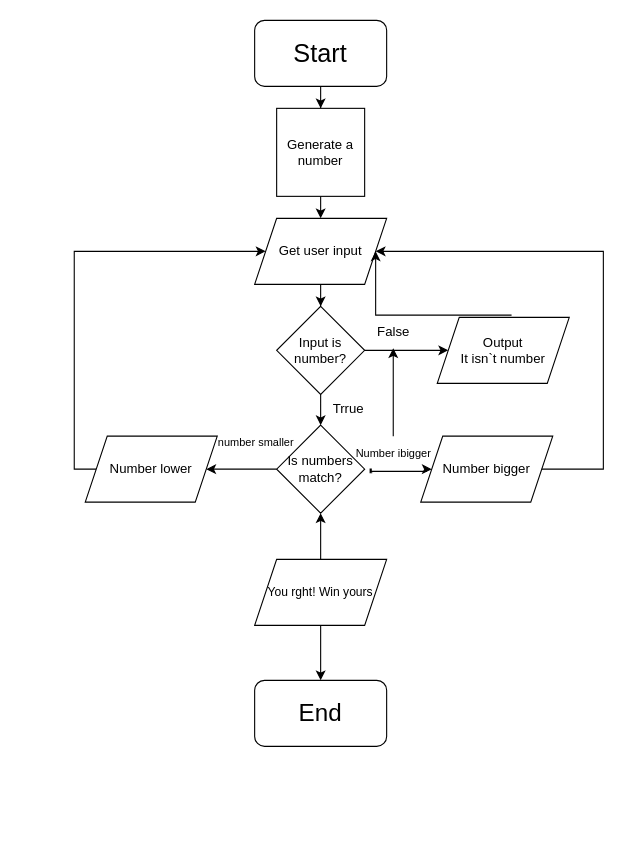
This is guess a number.drawio from LikOfTheLichKing/lab_1, a draw.io file, before an edit. Source tidied: cells renumbered, new cells numbered last; positions are measured from the earlier drawing's top-left corner, leaving out a move shared by most shapes. Both pictures are drawn from the tidied source at 110%, with x=0, y=0 at pixel (74, 20).
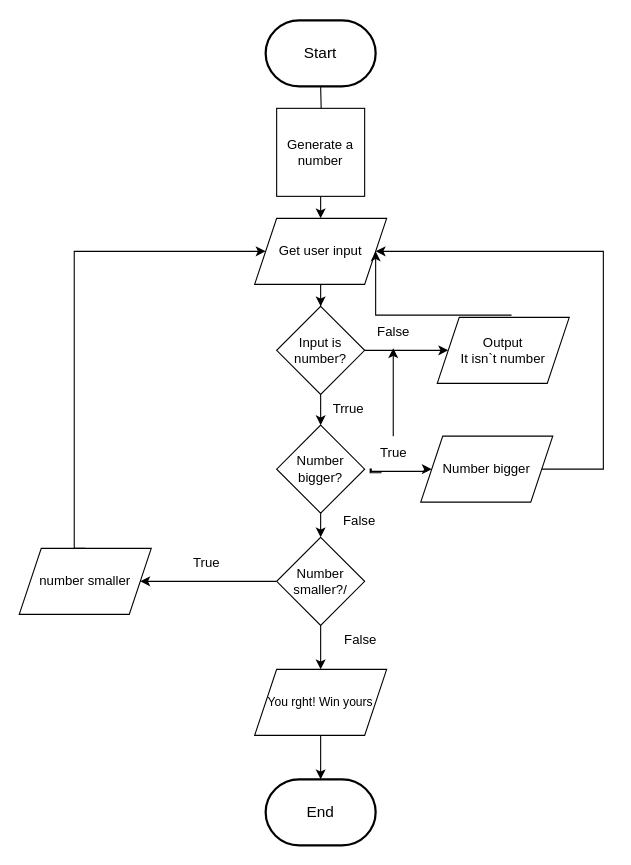
Above is the later version.

Unchanged cells that the change refers to:
```xml
<mxCell id="5" value="Generate a number" style="whiteSpace=wrap;html=1;" parent="1" vertex="1">
  <mxGeometry x="184" y="80" width="80" height="80" as="geometry" />
</mxCell>
<mxCell id="7" value="Get user input" style="shape=parallelogram;perimeter=parallelogramPerimeter;whiteSpace=wrap;html=1;fixedSize=1;" parent="1" vertex="1">
  <mxGeometry x="164" y="180" width="120" height="60" as="geometry" />
</mxCell>
```

What changed in the source:
```diff
@@
-    <mxCell id="2" style="edgeStyle=orthogonalEdgeStyle;rounded=0;jettySize=auto;html=1;" parent="1" edge="1" source="3" target="5">
-      <mxGeometry relative="1" as="geometry" />
+    <mxCell id="2" style="edgeStyle=orthogonalEdgeStyle;rounded=0;jettySize=auto;html=1;" parent="1" edge="1" target="5">
+      <mxGeometry relative="1" as="geometry">
+        <mxPoint x="224" y="60" as="sourcePoint" />
+      </mxGeometry>
     </mxCell>
-    <mxCell id="3" value="&lt;font style=&quot;font-size: 23px;&quot;&gt;Start&lt;/font&gt;" style="rounded=1;whiteSpace=wrap;html=1;" parent="1" vertex="1">
-      <mxGeometry x="164" width="120" height="60" as="geometry" />
-    </mxCell>
@@
-    <mxCell id="14" style="edgeStyle=orthogonalEdgeStyle;rounded=0;jettySize=auto;html=1;" parent="1" edge="1" source="15" target="23">
-      <mxGeometry relative="1" as="geometry" />
-    </mxCell>
+    <mxCell id="29" style="edgeStyle=orthogonalEdgeStyle;rounded=0;jettySize=auto;html=1;" parent="1" edge="1" source="15" target="32">
+      <mxGeometry relative="1" as="geometry" />
+    </mxCell>
-    <mxCell id="15" value="Is numbers match?" style="rhombus;whiteSpace=wrap;html=1;" parent="1" vertex="1">
+    <mxCell id="15" value="Number bigger?" style="rhombus;whiteSpace=wrap;html=1;" parent="1" vertex="1">
       <mxGeometry x="184" y="368" width="80" height="80" as="geometry" />
     </mxCell>
@@
-    <mxCell id="21" value="Number ibigger" style="text;html=1;align=center;verticalAlign=middle;points=[];strokeColor=none;fillColor=none;spacing=3;fontSize=10;" parent="1" vertex="1">
-      <mxGeometry x="245" y="378" width="90" height="30" as="geometry" />
+    <mxCell id="21" value="True" style="text;html=1;align=center;verticalAlign=middle;points=[];strokeColor=none;fillColor=none;spacing=3;fontSize=12;" parent="1" vertex="1">
+      <mxGeometry x="265" y="378" width="50" height="30" as="geometry" />
     </mxCell>
-    <mxCell id="22" style="edgeStyle=orthogonalEdgeStyle;rounded=0;jettySize=auto;html=1;entryX=0;entryY=0.5;entryDx=0;entryDy=0;" parent="1" edge="1" source="23" target="7">
+    <mxCell id="22" style="edgeStyle=orthogonalEdgeStyle;rounded=0;jettySize=auto;html=1;entryX=0;entryY=0.5;entryDx=0;entryDy=0;exitX=0.5;exitY=0;exitDx=0;exitDy=0;" parent="1" edge="1" source="23" target="7">
       <mxGeometry relative="1" as="geometry">
         <Array as="points">
-          <mxPoint y="408" />
+          <mxPoint y="480" />
           <mxPoint y="210" />
         </Array>
       </mxGeometry>
     </mxCell>
+    <mxCell id="25" style="edgeStyle=orthogonalEdgeStyle;rounded=0;jettySize=auto;html=1;" parent="1" edge="1" source="27">
+      <mxGeometry relative="1" as="geometry">
+        <mxPoint x="224" y="690" as="targetPoint" />
+      </mxGeometry>
+    </mxCell>
+    <mxCell id="27" value="&lt;font style=&quot;font-size: 11px;&quot;&gt;You rght! Win yours&lt;/font&gt;" style="shape=parallelogram;perimeter=parallelogramPerimeter;whiteSpace=wrap;html=1;fixedSize=1;" parent="1" vertex="1">
+      <mxGeometry x="164" y="590" width="120" height="60" as="geometry" />
+    </mxCell>
-    <mxCell id="23" value="Number lower" style="shape=parallelogram;perimeter=parallelogramPerimeter;whiteSpace=wrap;html=1;fixedSize=1;" parent="1" vertex="1">
-      <mxGeometry x="10" y="378" width="120" height="60" as="geometry" />
+    <mxCell id="23" value="number smaller" style="shape=parallelogram;perimeter=parallelogramPerimeter;whiteSpace=wrap;html=1;fixedSize=1;" parent="1" vertex="1">
+      <mxGeometry x="-50" y="480" width="120" height="60" as="geometry" />
     </mxCell>
-    <mxCell id="24" value="number smaller" style="text;html=1;align=center;verticalAlign=middle;strokeColor=none;fillColor=none;fontSize=10;" parent="1" vertex="1">
-      <mxGeometry x="120" y="368" width="90" height="30" as="geometry" />
-    </mxCell>
-    <mxCell id="25" style="edgeStyle=orthogonalEdgeStyle;rounded=0;jettySize=auto;html=1;" parent="1" edge="1" source="27" target="28">
-      <mxGeometry relative="1" as="geometry" />
-    </mxCell>
-    <mxCell id="26" style="edgeStyle=orthogonalEdgeStyle;rounded=0;jettySize=auto;html=1;entryX=0.5;entryY=1;entryDx=0;entryDy=0;" parent="1" edge="1" source="27" target="15">
-      <mxGeometry relative="1" as="geometry" />
-    </mxCell>
-    <mxCell id="27" value="&lt;font style=&quot;font-size: 11px;&quot;&gt;You rght! Win yours&lt;/font&gt;" style="shape=parallelogram;perimeter=parallelogramPerimeter;whiteSpace=wrap;html=1;fixedSize=1;" parent="1" vertex="1">
-      <mxGeometry x="164" y="490" width="120" height="60" as="geometry" />
-    </mxCell>
+    <mxCell id="30" style="edgeStyle=orthogonalEdgeStyle;rounded=0;jettySize=auto;html=1;" parent="1" edge="1" source="32" target="27">
+      <mxGeometry relative="1" as="geometry" />
+    </mxCell>
+    <mxCell id="31" style="edgeStyle=orthogonalEdgeStyle;rounded=0;jettySize=auto;html=1;" parent="1" edge="1" source="32" target="23">
+      <mxGeometry relative="1" as="geometry" />
+    </mxCell>
+    <mxCell id="32" value="Number smaller?/" style="rhombus;whiteSpace=wrap;html=1;" parent="1" vertex="1">
+      <mxGeometry x="184" y="470" width="80" height="80" as="geometry" />
+    </mxCell>
+    <mxCell id="33" value="False" style="text;html=1;align=center;verticalAlign=middle;strokeColor=none;fillColor=none;" parent="1" vertex="1">
+      <mxGeometry x="234" y="440" width="50" height="30" as="geometry" />
+    </mxCell>
+    <mxCell id="34" value="True" style="text;html=1;align=center;verticalAlign=middle;strokeColor=none;fillColor=none;" parent="1" vertex="1">
+      <mxGeometry x="95" y="478" width="50" height="30" as="geometry" />
+    </mxCell>
+    <mxCell id="35" value="False" style="text;html=1;align=center;verticalAlign=middle;strokeColor=none;fillColor=none;" parent="1" vertex="1">
+      <mxGeometry x="235" y="548" width="50" height="30" as="geometry" />
+    </mxCell>
+    <mxCell id="3" value="&lt;font style=&quot;font-size: 14px;&quot;&gt;Start&lt;/font&gt;" style="strokeWidth=2;html=1;shape=mxgraph.flowchart.terminator;whiteSpace=wrap;" parent="1" vertex="1">
+      <mxGeometry x="174" width="100" height="60" as="geometry" />
+    </mxCell>
-    <mxCell id="28" value="&lt;font style=&quot;font-size: 22px;&quot;&gt;End&lt;/font&gt;" style="rounded=1;whiteSpace=wrap;html=1;" parent="1" vertex="1">
-      <mxGeometry x="164" y="600" width="120" height="60" as="geometry" />
+    <mxCell id="28" value="&lt;font style=&quot;font-size: 14px;&quot;&gt;End&lt;/font&gt;" style="strokeWidth=2;html=1;shape=mxgraph.flowchart.terminator;whiteSpace=wrap;" parent="1" vertex="1">
+      <mxGeometry x="174" y="690" width="100" height="60" as="geometry" />
     </mxCell>
```
